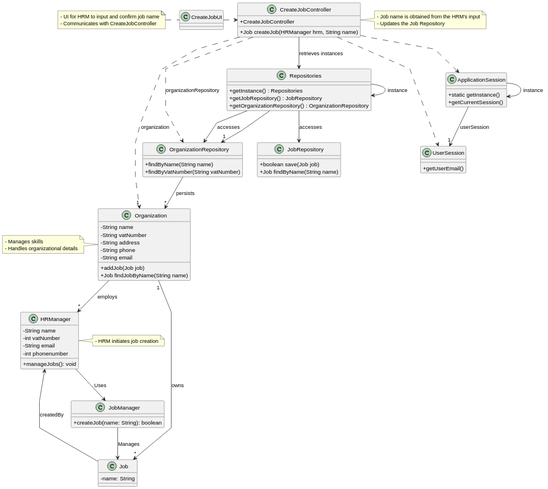
The PlantUML diagram docs/sprint2/us002/03.design/svg/us002-class-diagram.svg in tiagosoa/lei-24-s2-1dgh-g073, before a commit.
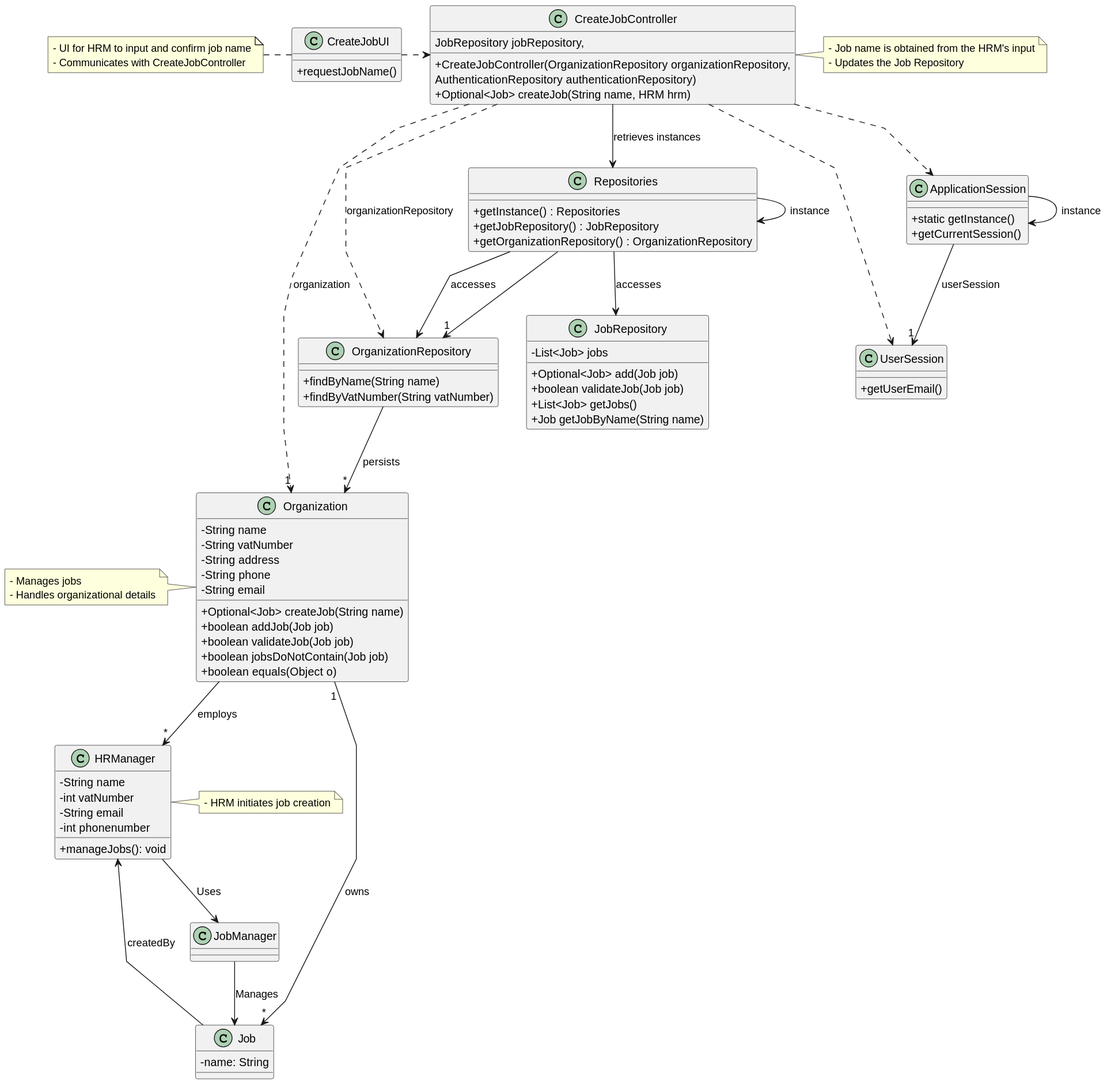
The same file after the commit.

Diff of the diagram source:
```diff
@@ -21,13 +21,12 @@
     - name: String
 }
 
-class JobManager {
-    + createJob(name: String): boolean
-}
-
 class JobRepository {
-  + boolean save(Job job)
-  + Job findByName(String name)
+  - List<Job> jobs
+  + Optional<Job> add(Job job)
+  + boolean validateJob(Job job)
+  + List<Job> getJobs()
+  + Job getJobByName(String name)
 }
 
 class Organization {
@@ -36,8 +35,11 @@
   - String address
   - String phone
   - String email
-  + addJob(Job job)
-  + Job findJobByName(String name)
+  + Optional<Job> createJob(String name)
+  + boolean addJob(Job job)
+  + boolean validateJob(Job job)
+  + boolean jobsDoNotContain(Job job)
+  + boolean equals(Object o)
 }
 
 class OrganizationRepository {
@@ -52,12 +54,14 @@
 }
 
 class CreateJobController {
-  + CreateJobController
-  + Job createJob(HRManager hrm, String name)
+  + CreateJobController(OrganizationRepository organizationRepository,
+                                   JobRepository jobRepository,
+                                   AuthenticationRepository authenticationRepository)
+  + Optional<Job> createJob(String name, HRM hrm)
 }
 
 class CreateJobUI {
-
+  + requestJobName()
 }
 
 class HRManager {
@@ -86,7 +90,7 @@
 end note
 
 note left of Organization
-  - Manages skills
+  - Manages jobs
   - Handles organizational details
 end note
 
```
